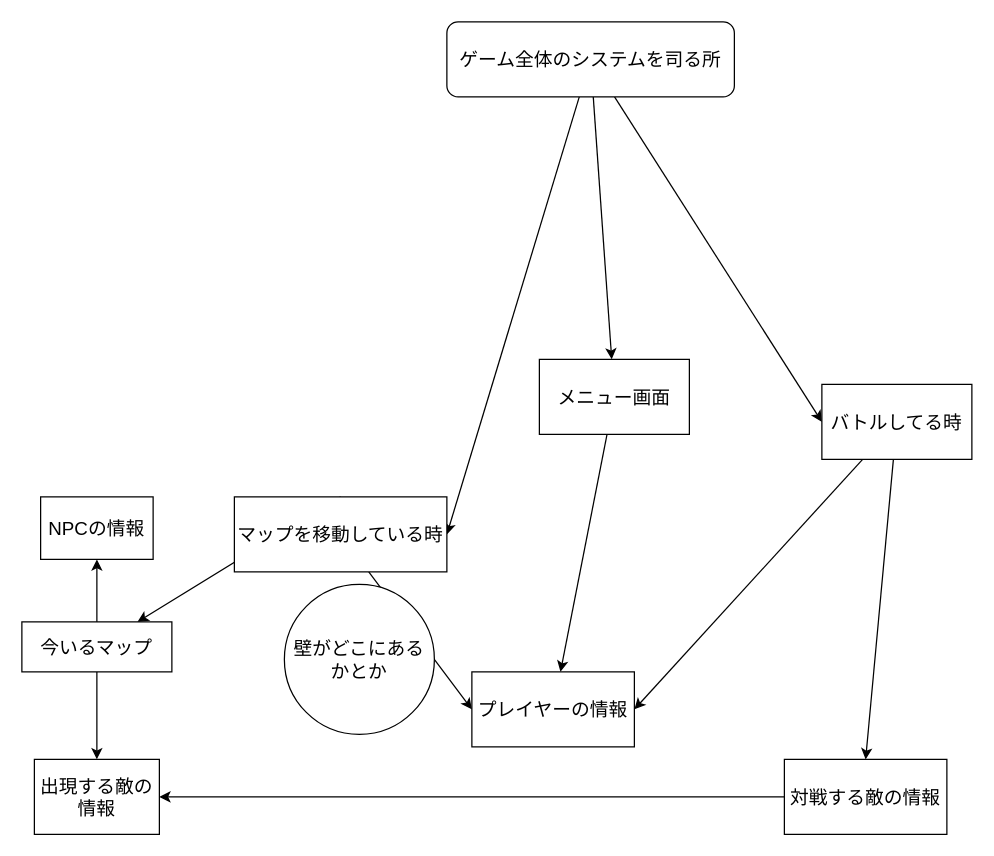
This is design.dio from hk-p114514/gohanRPG, a draw.io file, before an edit. Source tidied: cells renumbered, new cells numbered last; positions are measured from the earlier drawing's top-left corner, leaving out a move shared by most shapes. Both pictures are drawn from the tidied source at 125%, with x=0, y=0 at pixel (21, 21).
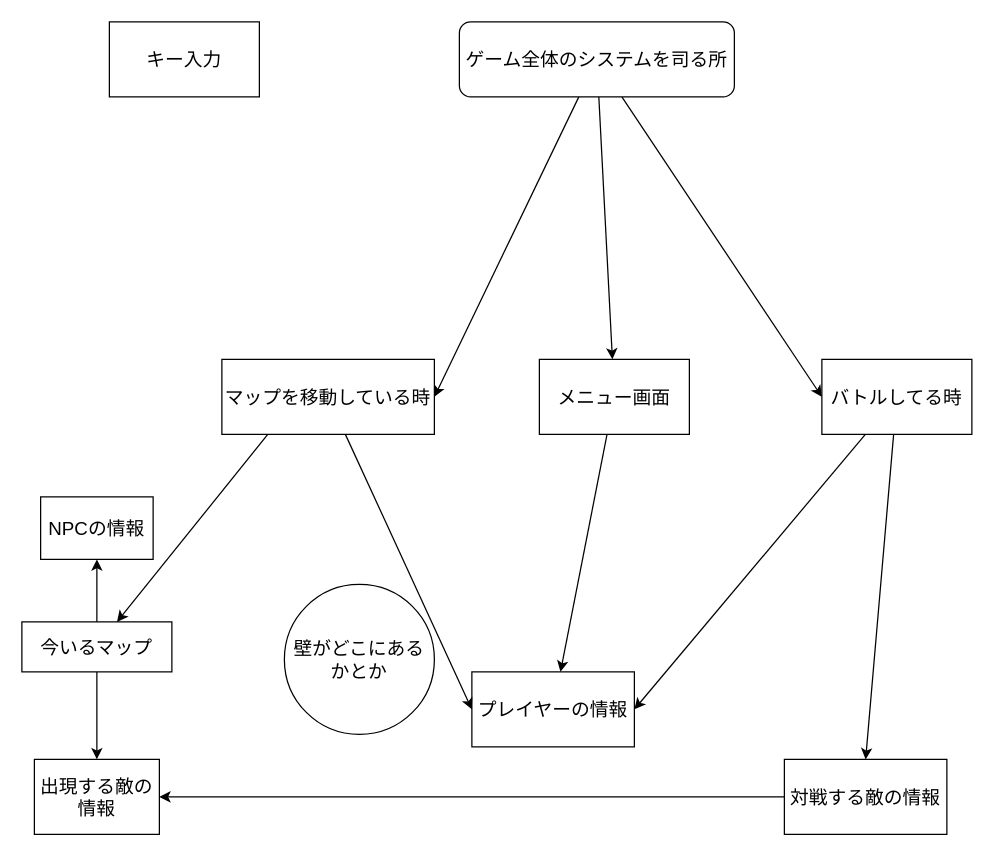
Above is the later version.

What changed in the source:
```diff
@@
     <mxCell id="11" value="ゲーム全体のシステムを司る所" style="rounded=1;whiteSpace=wrap;html=1;strokeWidth=1;fontSize=15;" parent="1" vertex="1">
-      <mxGeometry x="340" width="230" height="60" as="geometry" />
+      <mxGeometry x="350" width="220" height="60" as="geometry" />
     </mxCell>
@@
     <mxCell id="14" value="マップを移動している時" style="rounded=0;whiteSpace=wrap;html=1;strokeWidth=1;fontSize=15;" parent="1" vertex="1">
-      <mxGeometry x="170" y="380" width="170" height="60" as="geometry" />
+      <mxGeometry x="160" y="270" width="170" height="60" as="geometry" />
     </mxCell>
@@
     <mxCell id="17" value="バトルしてる時" style="rounded=0;whiteSpace=wrap;html=1;strokeWidth=1;fontSize=15;" parent="1" vertex="1">
-      <mxGeometry x="640" y="290" width="120" height="60" as="geometry" />
+      <mxGeometry x="640" y="270" width="120" height="60" as="geometry" />
     </mxCell>
@@
+    <mxCell id="23" value="&lt;font style=&quot;font-size: 15px&quot;&gt;キー入力&lt;/font&gt;" style="rounded=0;whiteSpace=wrap;html=1;" parent="1" vertex="1">
+      <mxGeometry x="70" width="120" height="60" as="geometry" />
+    </mxCell>
```
